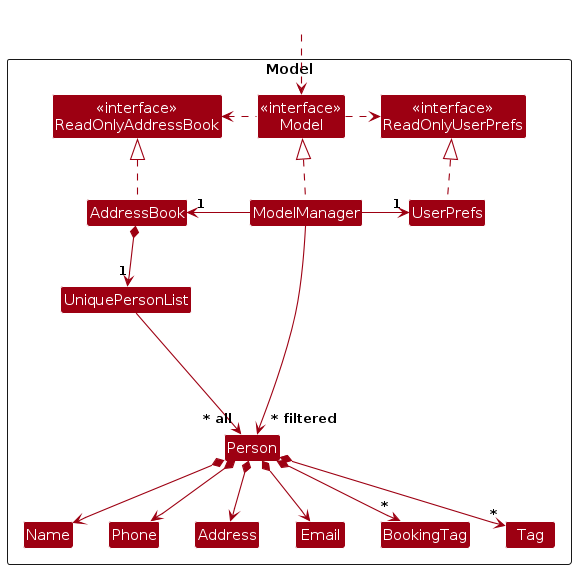
Above: diagrams/ModelClassDiagram.png in varsha13152/tp (PlantUML), before the change. Its source is kept beside it as diagrams/ModelClassDiagram.puml. Its diagram source:
```plantuml
@startuml
!include style.puml
skinparam arrowThickness 1.1
skinparam arrowColor MODEL_COLOR
skinparam classBackgroundColor MODEL_COLOR

Package Model as ModelPackage <<Rectangle>>{
Class "<<interface>>\nReadOnlyAddressBook" as ReadOnlyAddressBook
Class "<<interface>>\nReadOnlyUserPrefs" as ReadOnlyUserPrefs
Class "<<interface>>\nModel" as Model
Class AddressBook
Class ModelManager
Class UserPrefs

Class UniquePersonList
Class Person
Class Address
Class Email
Class Name
Class Phone
Class BookingTag
Class Tag

Class I #FFFFFF
}

Class HiddenOutside #FFFFFF
HiddenOutside ..> Model

AddressBook .up.|> ReadOnlyAddressBook

ModelManager .up.|> Model
Model .right.> ReadOnlyUserPrefs
Model .left.> ReadOnlyAddressBook
ModelManager -left-> "1" AddressBook
ModelManager -right-> "1" UserPrefs
UserPrefs .up.|> ReadOnlyUserPrefs

AddressBook *--> "1" UniquePersonList
UniquePersonList --> "~* all" Person
Person *--> Name
Person *--> Phone
Person *--> Email
Person *--> Address
Person *--> "*" BookingTag
Person *--> "*" Tag

Person -[hidden]up--> I
UniquePersonList -[hidden]right-> I

Name -[hidden]right-> Phone
Phone -[hidden]right-> Address
Address -[hidden]right-> Email

ModelManager --> "~* filtered" Person
@enduml
```
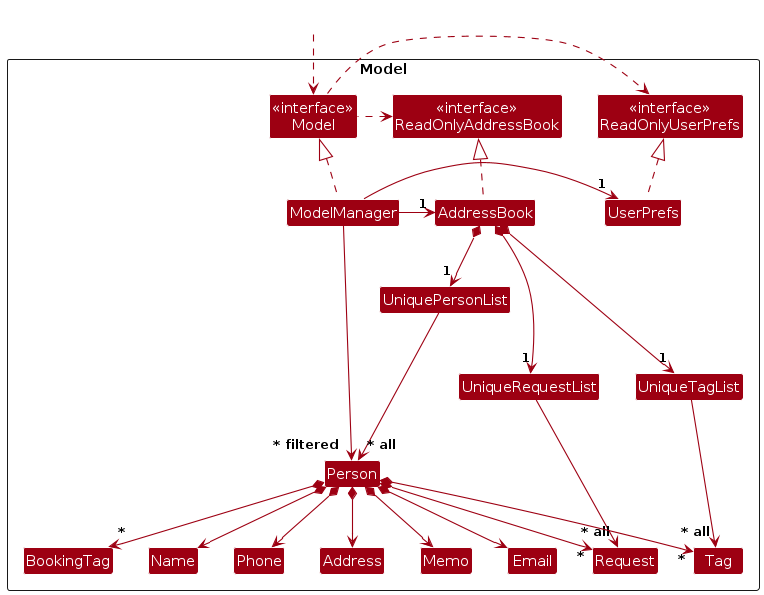
The same diagram one commit later.

What changed in the source:
```diff
@@ -13,11 +13,15 @@
 Class UserPrefs
 
 Class UniquePersonList
+Class UniqueTagList
+Class UniqueRequestList
 Class Person
 Class Address
 Class Email
 Class Name
 Class Phone
+Class Memo
+Class Request
 Class BookingTag
 Class Tag
 
@@ -37,13 +41,19 @@
 UserPrefs .up.|> ReadOnlyUserPrefs
 
 AddressBook *--> "1" UniquePersonList
+AddressBook *--> "1" UniqueRequestList
+AddressBook *--> "1" UniqueTagList
 UniquePersonList --> "~* all" Person
+UniqueRequestList --> "~* all" Request
+UniqueTagList --> "~* all" Tag
 Person *--> Name
 Person *--> Phone
 Person *--> Email
 Person *--> Address
+Person *--> Memo
 Person *--> "*" BookingTag
 Person *--> "*" Tag
+Person *--> "*" Request
 
 Person -[hidden]up--> I
 UniquePersonList -[hidden]right-> I
```
